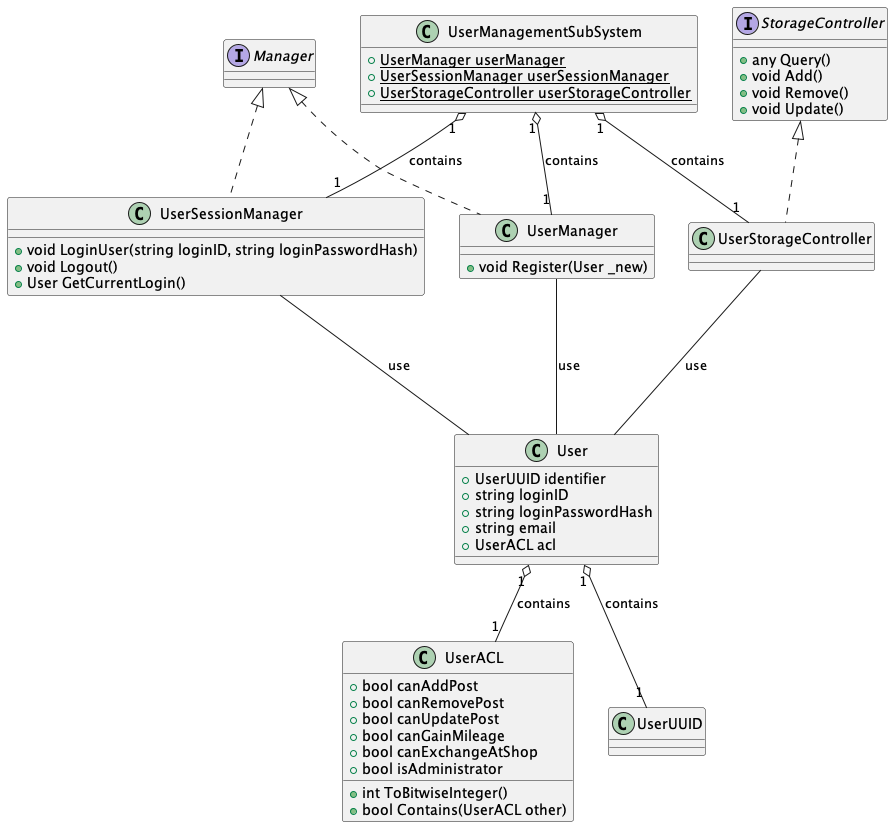
The PlantUML diagram rendered/UserManagement.png in ShapeLayer/se-lecture-task__project-structure-definitions, before a commit.
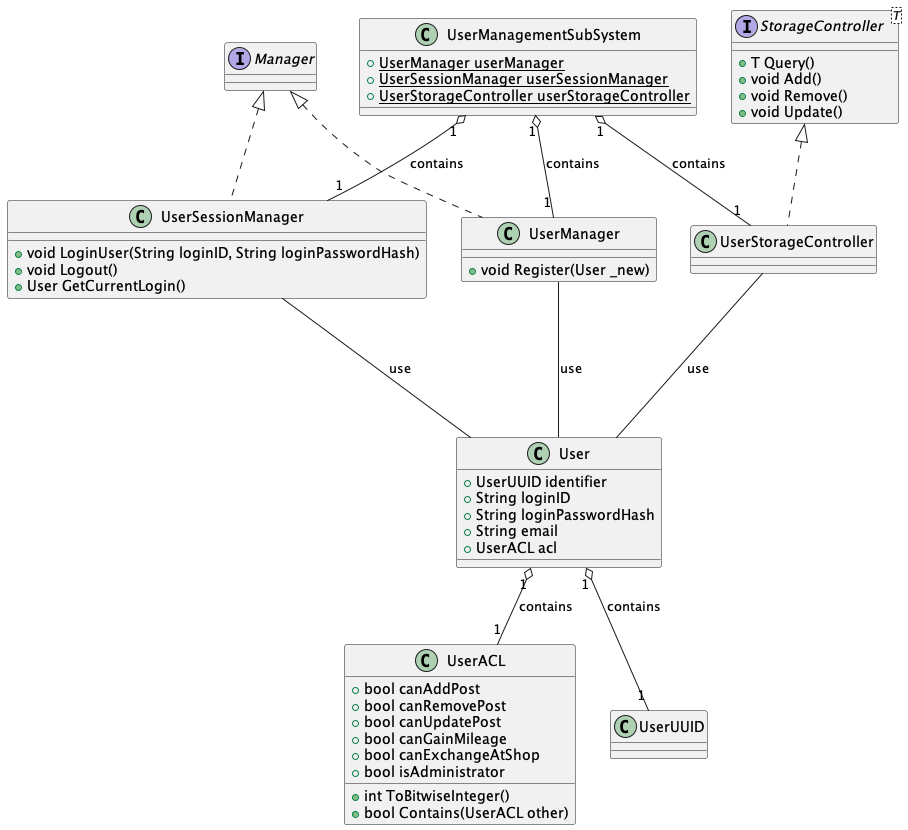
After the commit.

The edit, as a diff of the source:
```diff
@@ -1,7 +1,7 @@
 @startuml
 Interface Manager
-Interface StorageController {
-    + any Query()
+Interface StorageController<T> {
+    + T Query()
     + void Add()
     + void Remove()
     + void Update()
@@ -20,9 +20,9 @@
 
 class User {
     + UserUUID identifier
-    + string loginID
-    + string loginPasswordHash
-    + string email
+    + String loginID
+    + String loginPasswordHash
+    + String email
     + UserACL acl
 }
 
@@ -32,7 +32,7 @@
 UserManager --- User : use
 
 class UserSessionManager implements Manager {
-    + void LoginUser(string loginID, string loginPasswordHash)
+    + void LoginUser(String loginID, String loginPasswordHash)
     + void Logout()
     + User GetCurrentLogin()
 }
```
